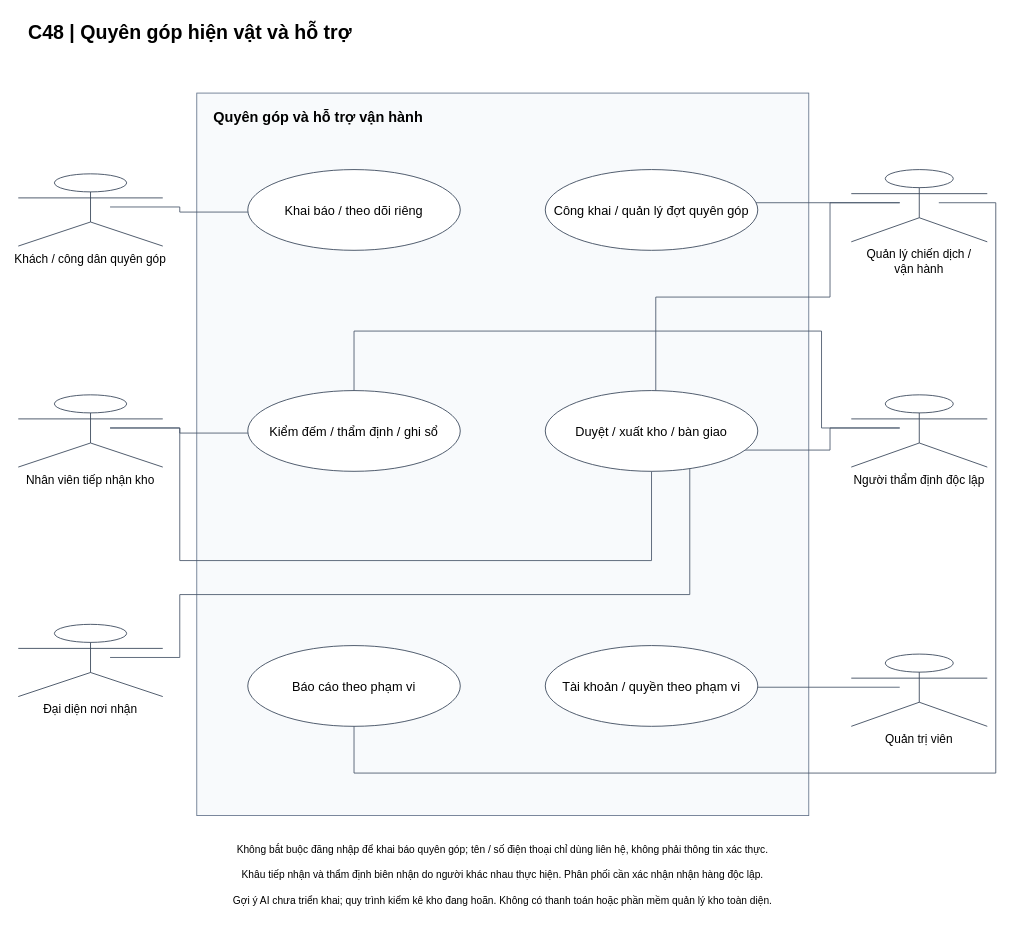
sangvirgo/disaster-relief-management keeps this draw.io diagram as docs/diagrams/c48-donation-use-cases.drawio. Above is the earlier version. Source tidied: cells renumbered, new cells numbered last; positions are measured from the earlier drawing's top-left corner, leaving out a move shared by most shapes. Both pictures are drawn from the tidied source at 85%, with x=0, y=0 at pixel (18, 14).
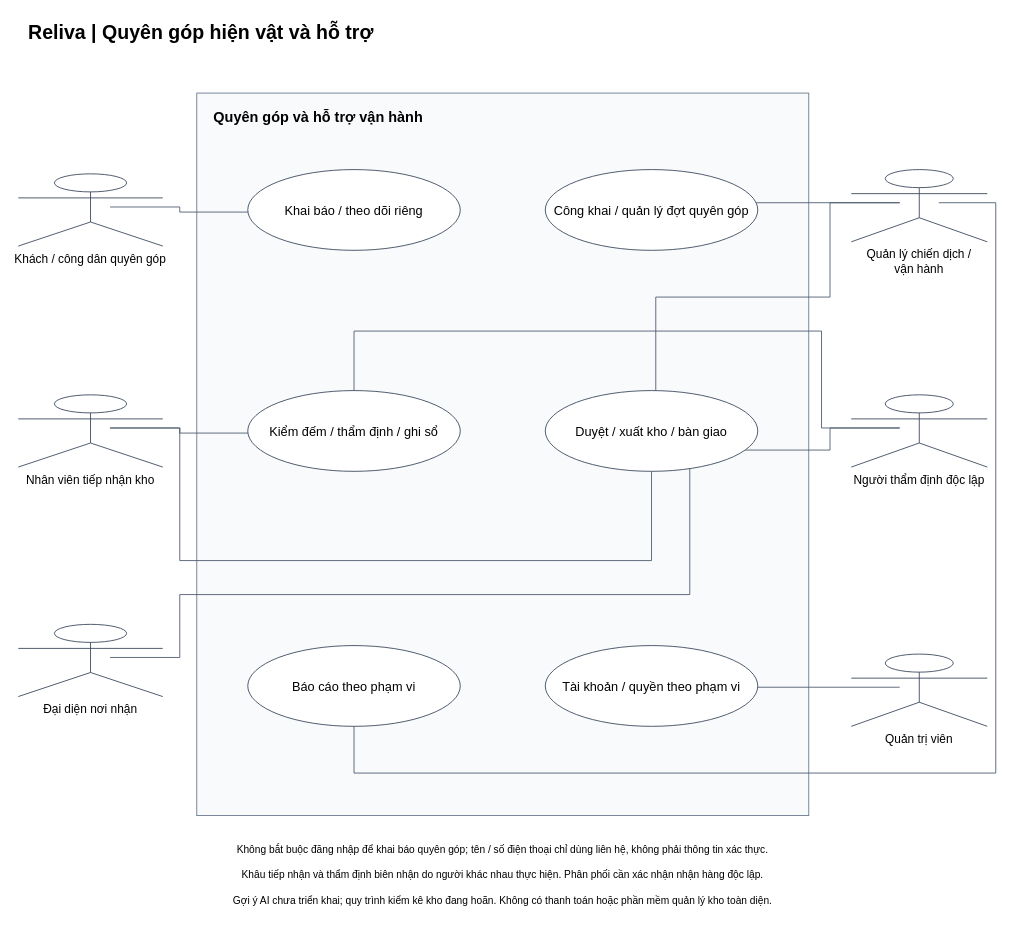
After the change.

What changed in the source:
```diff
@@
-    <mxCell id="2" value="C48 | Quyên góp hiện vật và hỗ trợ" style="text;html=0;fontSize=23;fontStyle=1;align=left;strokeColor=none;fillColor=none;" parent="1" vertex="1">
+    <mxCell id="2" value="Reliva | Quyên góp hiện vật và hỗ trợ" style="text;html=0;fontSize=23;fontStyle=1;align=left;strokeColor=none;fillColor=none;" parent="1" vertex="1">
       <mxGeometry x="10" width="1120" height="45" as="geometry" />
     </mxCell>
```
